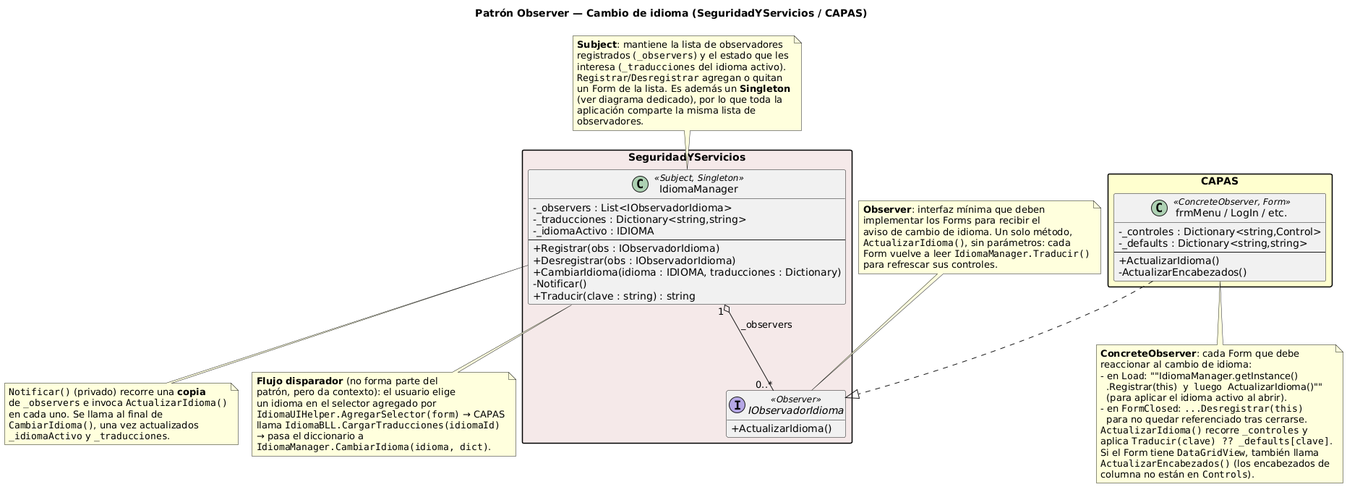
Before: DIAGRAMAS/DiagramaClases_Observer.png, a diagram exported from PlantUML (Jesifu/club-de-vinos-td).
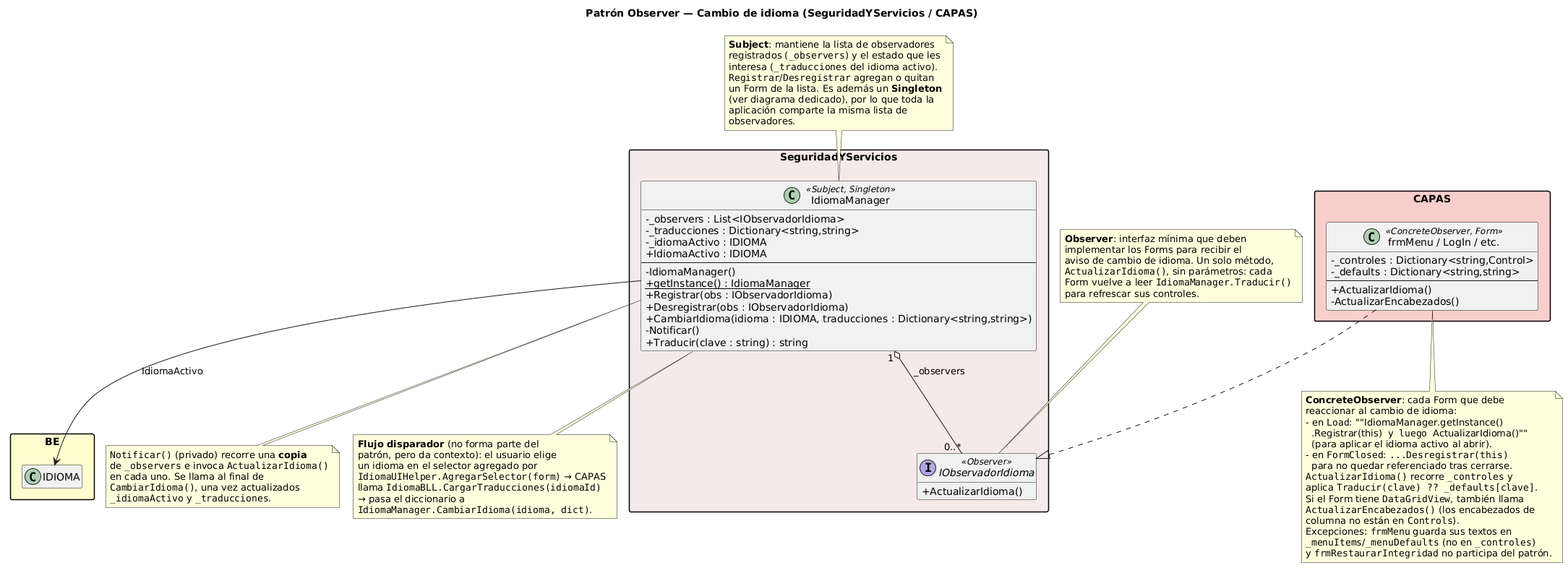
Later version of the same file.

The edit, as a diff of the source:
```diff
@@ -17,16 +17,23 @@
     - _observers : List<IObservadorIdioma>
     - _traducciones : Dictionary<string,string>
     - _idiomaActivo : IDIOMA
+    + IdiomaActivo : IDIOMA
     --
+    - IdiomaManager()
+    + {static} getInstance() : IdiomaManager
     + Registrar(obs : IObservadorIdioma)
     + Desregistrar(obs : IObservadorIdioma)
-    + CambiarIdioma(idioma : IDIOMA, traducciones : Dictionary)
+    + CambiarIdioma(idioma : IDIOMA, traducciones : Dictionary<string,string>)
     - Notificar()
     + Traducir(clave : string) : string
   }
 }
 
-package "CAPAS" #FEFECE {
+package "BE" #FEFECE {
+  class IDIOMA
+}
+
+package "CAPAS" #F8CECC {
 
   class "frmMenu / LogIn / etc." as FormConcreto <<ConcreteObserver, Form>> {
     - _controles : Dictionary<string,Control>
@@ -38,6 +45,7 @@
 }
 
 IdiomaManager "1" o-- "0..*" IObservadorIdioma : _observers
+IdiomaManager --> IDIOMA : IdiomaActivo >
 FormConcreto ..|> IObservadorIdioma
 
 
@@ -74,6 +82,9 @@
   Si el Form tiene ""DataGridView"", también llama
   ""ActualizarEncabezados()"" (los encabezados de
   columna no están en ""Controls"").
+  Excepciones: ""frmMenu"" guarda sus textos en
+  ""_menuItems""/""_menuDefaults"" (no en ""_controles"")
+  y ""frmRestaurarIntegridad"" no participa del patrón.
 end note
 
 note as N_notificar
```
